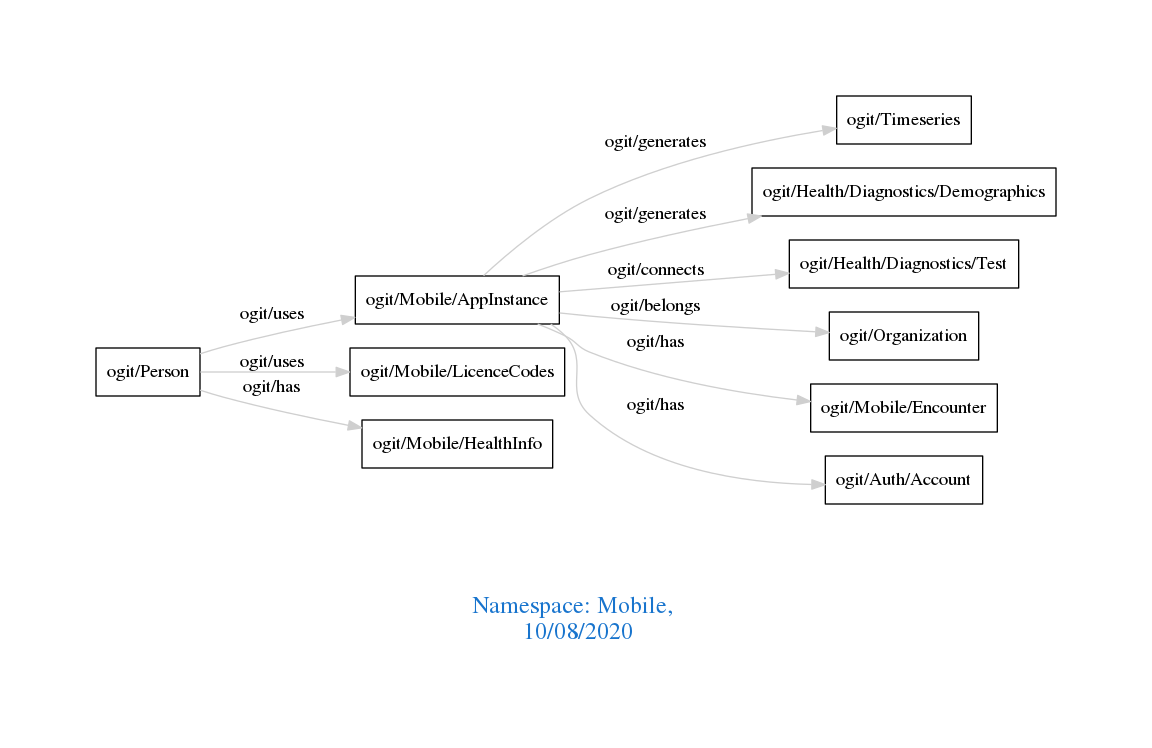
This is downloads/Mobile.png from arago/OGIT, a Graphviz export, as it was before one commit. Its source is kept beside it as downloads/Mobile.dot.
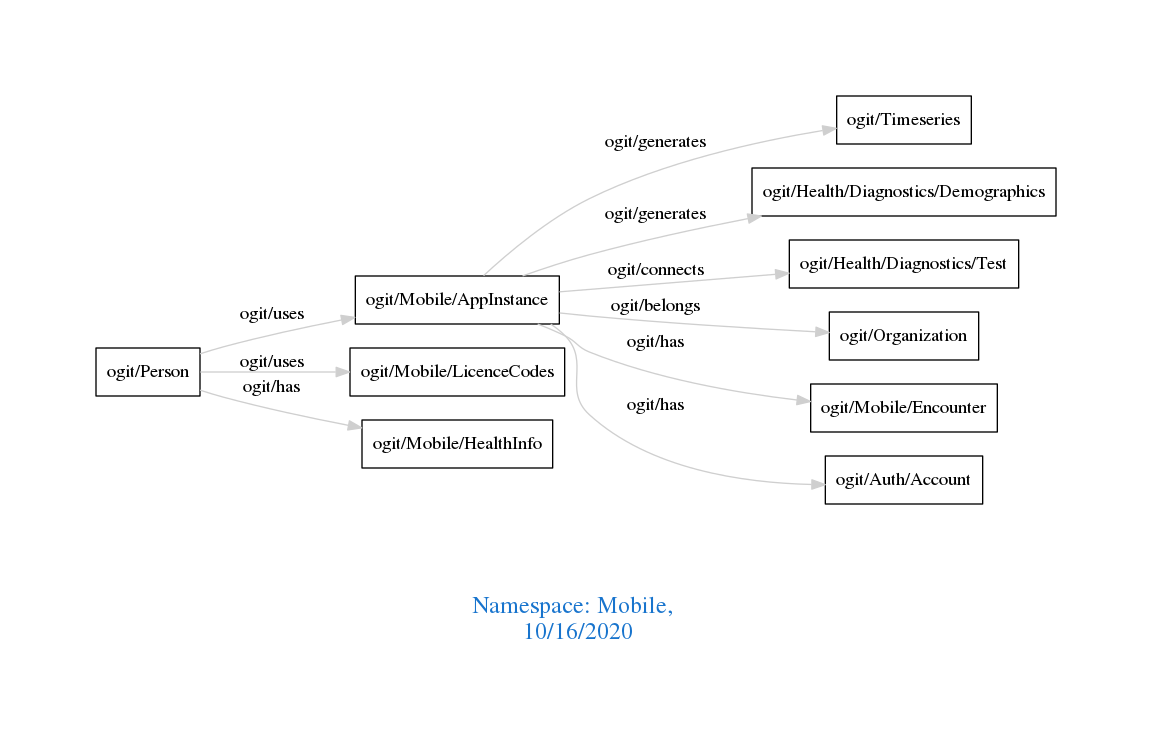
Later version of the same file.

Diff of the diagram source:
```diff
@@ -1,7 +1,7 @@
 digraph OGIT_ontology {
  graph [ rankdir= LR,pad=1
 fontsize = 18,
-fontcolor= dodgerblue3,label = "\n\n\nNamespace: Mobile, \n 10/08/2020"];
+fontcolor= dodgerblue3,label = "\n\n\nNamespace: Mobile, \n 10/16/2020"];
 node[shape=polygon];
 edge [  color="gray81"];
 
```
